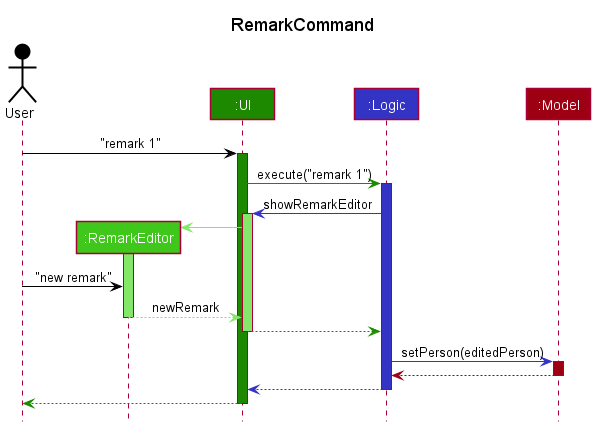
Above: docs/images/RemarkCommandSequenceDiagram.png in nus-cs2103-AY2122S1/tp (PlantUML), before the change.
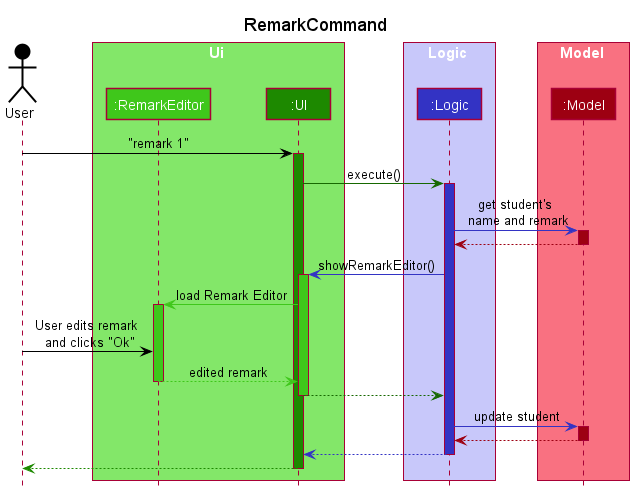
Above is the later version.

Commit message:
Update Sequence Diagram for Remark Command

The edit, as a diff of the source:
```diff
@@ -4,33 +4,45 @@
 title RemarkCommand
 
 Actor User as user USER_COLOR
-Participant ":RemarkEditor" as editor UI_COLOR_T2
-Participant ":UI" as ui UI_COLOR
-Participant ":Logic" as logic LOGIC_COLOR
+box Ui UI_COLOR_T1
+participant ":RemarkEditor" as editor UI_COLOR_T2
+participant ":UI" as ui UI_COLOR
+end box
+
+box Logic LOGIC_COLOR_T1
+participant ":Logic" as logic LOGIC_COLOR
+end box
+
+box Model MODEL_COLOR_T1
 Participant ":Model" as model MODEL_COLOR
-
+end box
 
 user -[USER_COLOR]> ui : "remark 1"
 activate ui UI_COLOR
 
-ui -[UI_COLOR]> logic : execute("remark 1")
+ui -[UI_COLOR_T3]> logic : execute()
 activate logic LOGIC_COLOR
 
-logic -[LOGIC_COLOR]> ui : showRemarkEditor
-activate ui UI_COLOR_T1
+logic -[LOGIC_COLOR]> model : get student's \n name and remark
+activate model MODEL_COLOR
 
-create editor
-ui -[UI_COLOR_T1]> editor
-activate editor UI_COLOR_T1
+model -[MODEL_COLOR]-> logic
+deactivate model
 
-user -[USER_COLOR]>editor : "new remark"
-editor -[UI_COLOR_T1]-> ui : newRemark
+logic -[LOGIC_COLOR]> ui : showRemarkEditor()
+activate ui UI_COLOR_T2
+
+ui -[UI_COLOR_T2]> editor : load Remark Editor
+activate editor UI_COLOR_T2
+
+user -[USER_COLOR]>editor : User edits remark \n and clicks "Ok"
+editor -[UI_COLOR_T2]-> ui : edited remark
 deactivate editor
 
-ui -[UI_COLOR]-> logic
+ui -[UI_COLOR_T3]-> logic
 deactivate ui
 
-logic -[LOGIC_COLOR]> model : setPerson(editedPerson)
+logic -[LOGIC_COLOR]> model : update student
 activate model MODEL_COLOR
 model -[MODEL_COLOR]-> logic
 deactivate model
```
